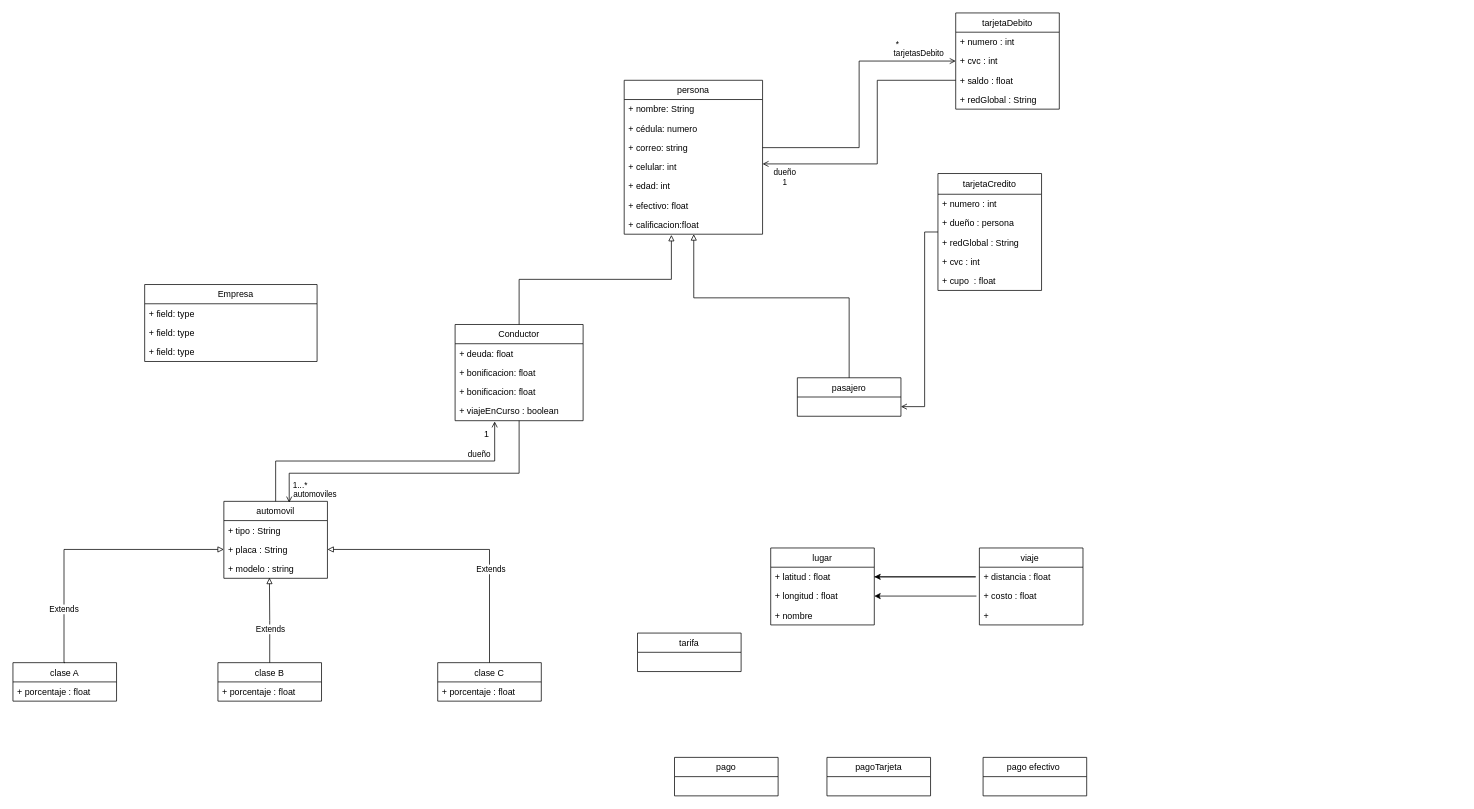
Earlier version of the draw.io diagram Untitled Diagram.drawio (DPOO2022-1-SEC04-G08/Taller2). Source tidied: cells renumbered, new cells numbered last; positions are measured from the earlier drawing's top-left corner, leaving out a move shared by most shapes. Both pictures are drawn from the tidied source at 74%, with x=0, y=0 at pixel (13, 13).
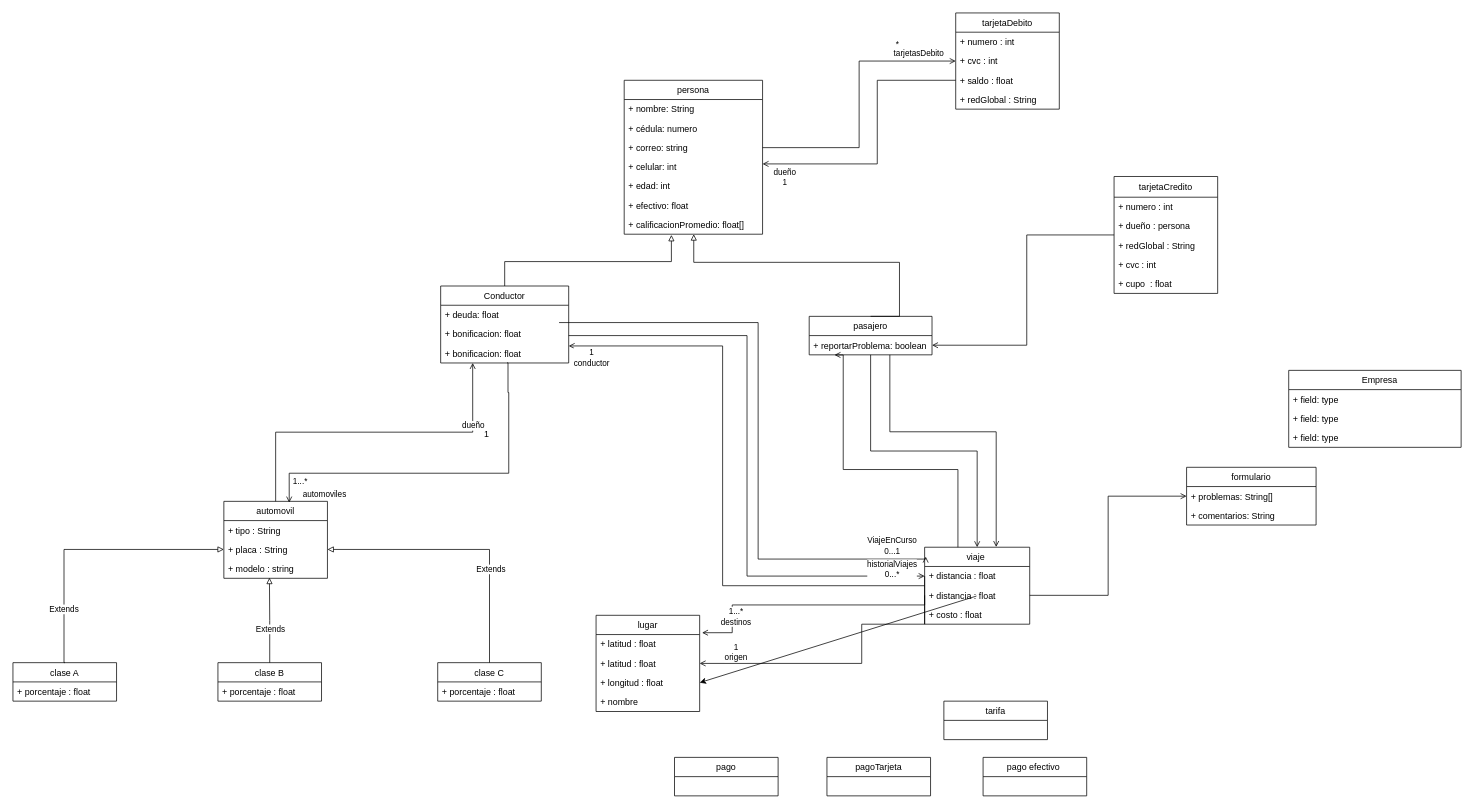
After the change.

Commit message:
agregacion viajes

Unchanged cells that the change refers to:
```xml
<mxCell id="6" value="persona" style="swimlane;fontStyle=0;horizontal=1;startSize=26;fillColor=none;" parent="1" vertex="1">
  <mxGeometry x="826" y="91" width="187" height="208" as="geometry" />
</mxCell>
<mxCell id="30" value="+ bonificacion: float" style="text;strokeColor=none;fillColor=none;align=left;verticalAlign=top;spacingLeft=4;spacingRight=4;overflow=hidden;points=[[0,0.5],[1,0.5]];portConstraint=eastwest;" parent="27" vertex="1">
  <mxGeometry y="78" width="173" height="26" as="geometry" />
</mxCell>
<mxCell id="33" value="+ latitud : float" style="text;strokeColor=none;fillColor=none;align=left;verticalAlign=top;spacingLeft=4;spacingRight=4;overflow=hidden;points=[[0,0.5],[1,0.5]];portConstraint=eastwest;" parent="32" vertex="1">
  <mxGeometry y="26" width="140" height="26" as="geometry" />
</mxCell>
<mxCell id="39" value="automovil" style="swimlane;fontStyle=0;horizontal=1;startSize=26;fillColor=none;" parent="1" vertex="1">
  <mxGeometry x="285" y="660" width="140" height="104" as="geometry" />
</mxCell>
```

The edit, as a diff of the source:
```diff
@@
+    <mxCell id="76" style="edgeStyle=orthogonalEdgeStyle;rounded=0;jettySize=auto;html=1;endArrow=open;endFill=0;" parent="1" edge="1" source="2">
+      <mxGeometry relative="1" as="geometry">
+        <mxPoint x="751" y="450" as="targetPoint" />
+        <Array as="points">
+          <mxPoint x="959" y="774" />
+          <mxPoint x="959" y="450" />
+          <mxPoint x="751" y="450" />
+        </Array>
+      </mxGeometry>
+    </mxCell>
+    <mxCell id="77" value="1&lt;br&gt;conductor&lt;br&gt;" style="edgeLabel;html=1;align=center;verticalAlign=middle;" parent="76" vertex="1">
+      <mxGeometry x="0.96" y="-1" relative="1" as="geometry">
+        <mxPoint x="14" y="16" as="offset" />
+      </mxGeometry>
+    </mxCell>
+    <mxCell id="78" style="edgeStyle=orthogonalEdgeStyle;rounded=0;jettySize=auto;html=1;entryX=0.206;entryY=1.007;entryDx=0;entryDy=0;entryPerimeter=0;endArrow=open;endFill=0;" parent="1" edge="1" source="2" target="82">
+      <mxGeometry relative="1" as="geometry">
+        <Array as="points">
+          <mxPoint x="1277" y="617" />
+          <mxPoint x="1122" y="617" />
+          <mxPoint x="1122" y="462" />
+        </Array>
+      </mxGeometry>
+    </mxCell>
     <mxCell id="2" value="viaje " style="swimlane;fontStyle=0;horizontal=1;startSize=26;fillColor=none;" parent="1" vertex="1">
-      <mxGeometry x="1306" y="723" width="140" height="104" as="geometry" />
+      <mxGeometry x="1232" y="722" width="142" height="104" as="geometry" />
     </mxCell>
+    <mxCell id="79" value="+ distancia : float" style="text;strokeColor=none;fillColor=none;align=left;verticalAlign=top;spacingLeft=4;spacingRight=4;overflow=hidden;points=[[0,0.5],[1,0.5]];portConstraint=eastwest;" parent="2" vertex="1">
+      <mxGeometry y="26" width="142" height="26" as="geometry" />
+    </mxCell>
     <mxCell id="3" value="+ distancia : float" style="text;strokeColor=none;fillColor=none;align=left;verticalAlign=top;spacingLeft=4;spacingRight=4;overflow=hidden;points=[[0,0.5],[1,0.5]];portConstraint=eastwest;" parent="2" vertex="1">
-      <mxGeometry y="26" width="140" height="26" as="geometry" />
+      <mxGeometry y="52" width="142" height="26" as="geometry" />
     </mxCell>
     <mxCell id="4" value="+ costo : float&#10;" style="text;strokeColor=none;fillColor=none;align=left;verticalAlign=top;spacingLeft=4;spacingRight=4;overflow=hidden;" parent="2" vertex="1">
-      <mxGeometry y="52" width="140" height="26" as="geometry" />
+      <mxGeometry y="78" width="142" height="26" as="geometry" />
     </mxCell>
-    <mxCell id="5" value="+  " style="text;strokeColor=none;fillColor=none;align=left;verticalAlign=top;spacingLeft=4;spacingRight=4;overflow=hidden;" parent="2" vertex="1">
-      <mxGeometry y="78" width="140" height="26" as="geometry" />
-    </mxCell>
@@
-    <mxCell id="13" value="+ calificacion:float&#10;" style="text;strokeColor=none;fillColor=none;align=left;verticalAlign=top;spacingLeft=4;spacingRight=4;overflow=hidden;points=[[0,0.5],[1,0.5]];portConstraint=eastwest;" parent="6" vertex="1">
+    <mxCell id="13" value="+ calificacionPromedio: float[]" style="text;strokeColor=none;fillColor=none;align=left;verticalAlign=top;spacingLeft=4;spacingRight=4;overflow=hidden;points=[[0,0.5],[1,0.5]];portConstraint=eastwest;" parent="6" vertex="1">
       <mxGeometry y="182" width="187" height="26" as="geometry" />
     </mxCell>
     <mxCell id="14" style="edgeStyle=orthogonalEdgeStyle;rounded=0;jettySize=auto;html=1;exitX=0.5;exitY=0;exitDx=0;exitDy=0;endArrow=block;endFill=0;strokeWidth=1;" parent="1" edge="1" source="15" target="13">
       <mxGeometry relative="1" as="geometry">
         <Array as="points">
-          <mxPoint x="1130" y="385" />
-          <mxPoint x="920" y="385" />
+          <mxPoint x="1198" y="337" />
+          <mxPoint x="920" y="337" />
         </Array>
       </mxGeometry>
     </mxCell>
+    <mxCell id="80" style="edgeStyle=orthogonalEdgeStyle;rounded=0;jettySize=auto;html=1;exitX=0.5;exitY=1;exitDx=0;exitDy=0;endArrow=open;endFill=0;" parent="1" edge="1" source="15" target="2">
+      <mxGeometry relative="1" as="geometry" />
+    </mxCell>
+    <mxCell id="81" style="edgeStyle=orthogonalEdgeStyle;rounded=0;jettySize=auto;html=1;entryX=0.681;entryY=-0.003;entryDx=0;entryDy=0;entryPerimeter=0;endArrow=open;endFill=0;" parent="1" edge="1" source="15" target="2">
+      <mxGeometry relative="1" as="geometry">
+        <Array as="points">
+          <mxPoint x="1185" y="566" />
+          <mxPoint x="1329" y="566" />
+        </Array>
+      </mxGeometry>
+    </mxCell>
     <mxCell id="15" value="pasajero" style="swimlane;fontStyle=0;horizontal=1;startSize=26;fillColor=none;" parent="1" vertex="1">
-      <mxGeometry x="1060" y="493" width="140" height="52" as="geometry" />
+      <mxGeometry x="1076" y="410" width="166" height="52" as="geometry" />
     </mxCell>
+    <mxCell id="82" value="+ reportarProblema: boolean&#10;" style="text;strokeColor=none;fillColor=none;align=left;verticalAlign=top;spacingLeft=4;spacingRight=4;overflow=hidden;points=[[0,0.5],[1,0.5]];portConstraint=eastwest;" parent="15" vertex="1">
+      <mxGeometry y="26" width="166" height="26" as="geometry" />
+    </mxCell>
-    <mxCell id="16" style="edgeStyle=orthogonalEdgeStyle;rounded=0;jettySize=auto;html=1;entryX=1;entryY=0.5;entryDx=0;entryDy=0;endArrow=open;endFill=0;" parent="1" edge="1" source="17">
+    <mxCell id="16" style="edgeStyle=orthogonalEdgeStyle;rounded=0;jettySize=auto;html=1;endArrow=open;endFill=0;entryX=1;entryY=0.5;entryDx=0;entryDy=0;" parent="1" edge="1" source="17" target="82">
       <mxGeometry relative="1" as="geometry">
-        <mxPoint x="1200" y="532" as="targetPoint" />
         <Array as="points">
-          <mxPoint x="1232" y="296" />
-          <mxPoint x="1232" y="532" />
+          <mxPoint x="1370" y="300" />
+          <mxPoint x="1370" y="449" />
         </Array>
       </mxGeometry>
     </mxCell>
     <mxCell id="17" value="tarjetaCredito" style="swimlane;fontStyle=0;horizontal=1;startSize=28;fillColor=none;" parent="1" vertex="1">
-      <mxGeometry x="1250" y="217" width="140" height="158" as="geometry" />
+      <mxGeometry x="1488" y="221" width="140" height="158" as="geometry" />
     </mxCell>
@@
     <mxCell id="23" style="edgeStyle=orthogonalEdgeStyle;rounded=0;jettySize=auto;html=1;exitX=0.5;exitY=0;exitDx=0;exitDy=0;entryX=0.341;entryY=1.038;entryDx=0;entryDy=0;entryPerimeter=0;endArrow=block;endFill=0;strokeWidth=1;" parent="1" edge="1" source="27" target="13">
-      <mxGeometry relative="1" as="geometry" />
+      <mxGeometry relative="1" as="geometry">
+        <Array as="points">
+          <mxPoint x="665" y="336" />
+          <mxPoint x="890" y="336" />
+        </Array>
+      </mxGeometry>
     </mxCell>
-    <mxCell id="24" style="edgeStyle=orthogonalEdgeStyle;rounded=0;jettySize=auto;html=1;entryX=0.631;entryY=0.016;entryDx=0;entryDy=0;endArrow=open;endFill=0;entryPerimeter=0;" parent="1" edge="1" source="27" target="39">
+    <mxCell id="24" style="edgeStyle=orthogonalEdgeStyle;rounded=0;jettySize=auto;html=1;entryX=0.631;entryY=0.016;entryDx=0;entryDy=0;endArrow=open;endFill=0;entryPerimeter=0;exitX=0.52;exitY=0.99;exitDx=0;exitDy=0;exitPerimeter=0;" parent="1" edge="1" source="30" target="39">
       <mxGeometry relative="1" as="geometry">
         <Array as="points">
-          <mxPoint x="684" y="622" />
+          <mxPoint x="669" y="473" />
+          <mxPoint x="669" y="513" />
+          <mxPoint x="670" y="513" />
+          <mxPoint x="670" y="622" />
           <mxPoint x="373" y="622" />
         </Array>
       </mxGeometry>
     </mxCell>
@@
+    <mxCell id="83" style="edgeStyle=orthogonalEdgeStyle;rounded=0;jettySize=auto;html=1;entryX=0.01;entryY=0.122;entryDx=0;entryDy=0;endArrow=open;endFill=0;entryPerimeter=0;" parent="1" edge="1" target="2">
+      <mxGeometry relative="1" as="geometry">
+        <mxPoint x="738" y="418.4" as="sourcePoint" />
+        <Array as="points">
+          <mxPoint x="1007" y="418" />
+          <mxPoint x="1007" y="738" />
+          <mxPoint x="1233" y="738" />
+        </Array>
+      </mxGeometry>
+    </mxCell>
+    <mxCell id="84" value="ViajeEnCurso&lt;br&gt;0...1" style="edgeLabel;html=1;align=center;verticalAlign=middle;" parent="83" vertex="1">
+      <mxGeometry x="0.8" y="3" relative="1" as="geometry">
+        <mxPoint x="33" y="-16" as="offset" />
+      </mxGeometry>
+    </mxCell>
     <mxCell id="27" value="Conductor" style="swimlane;fontStyle=0;horizontal=1;startSize=26;fillColor=none;" parent="1" vertex="1">
-      <mxGeometry x="597.5" y="421" width="173" height="130" as="geometry" />
+      <mxGeometry x="578" y="369" width="173" height="104" as="geometry" />
     </mxCell>
@@
-    <mxCell id="31" value="+ viajeEnCurso : boolean" style="text;strokeColor=none;fillColor=none;align=left;verticalAlign=top;spacingLeft=4;spacingRight=4;overflow=hidden;points=[[0,0.5],[1,0.5]];portConstraint=eastwest;" parent="27" vertex="1">
-      <mxGeometry y="104" width="173" height="26" as="geometry" />
-    </mxCell>
     <mxCell id="32" value="lugar" style="swimlane;fontStyle=0;horizontal=1;startSize=26;fillColor=none;" parent="1" vertex="1">
-      <mxGeometry x="1024" y="723" width="140" height="104" as="geometry" />
+      <mxGeometry x="788" y="814" width="140" height="130" as="geometry" />
     </mxCell>
@@
+    <mxCell id="85" value="+ latitud : float" style="text;strokeColor=none;fillColor=none;align=left;verticalAlign=top;spacingLeft=4;spacingRight=4;overflow=hidden;points=[[0,0.5],[1,0.5]];portConstraint=eastwest;" parent="32" vertex="1">
+      <mxGeometry y="52" width="140" height="26" as="geometry" />
+    </mxCell>
     <mxCell id="34" value="+ longitud : float" style="text;strokeColor=none;fillColor=none;align=left;verticalAlign=top;spacingLeft=4;spacingRight=4;overflow=hidden;points=[[0,0.5],[1,0.5]];portConstraint=eastwest;" parent="32" vertex="1">
-      <mxGeometry y="52" width="140" height="26" as="geometry" />
+      <mxGeometry y="78" width="140" height="26" as="geometry" />
     </mxCell>
     <mxCell id="35" value="+ nombre" style="text;strokeColor=none;fillColor=none;align=left;verticalAlign=top;spacingLeft=4;spacingRight=4;overflow=hidden;" parent="32" vertex="1">
-      <mxGeometry y="78" width="140" height="26" as="geometry" />
+      <mxGeometry y="104" width="140" height="26" as="geometry" />
     </mxCell>
@@
-    <mxCell id="37" style="edgeStyle=orthogonalEdgeStyle;rounded=0;jettySize=auto;html=1;exitX=0.5;exitY=0;exitDx=0;exitDy=0;entryX=0.309;entryY=1.038;entryDx=0;entryDy=0;endArrow=open;endFill=0;strokeWidth=1;entryPerimeter=0;" parent="1" edge="1" source="39" target="31">
+    <mxCell id="37" style="edgeStyle=orthogonalEdgeStyle;rounded=0;jettySize=auto;html=1;exitX=0.5;exitY=0;exitDx=0;exitDy=0;entryX=0.25;entryY=1;entryDx=0;entryDy=0;endArrow=open;endFill=0;strokeWidth=1;" parent="1" edge="1" source="39" target="27">
       <mxGeometry relative="1" as="geometry" />
     </mxCell>
@@
     <mxCell id="60" value="tarifa" style="swimlane;fontStyle=0;horizontal=1;startSize=26;fillColor=none;" parent="1" vertex="1">
-      <mxGeometry x="844" y="838" width="140" height="52" as="geometry" />
+      <mxGeometry x="1258" y="930" width="140" height="52" as="geometry" />
     </mxCell>
@@
     <mxCell id="62" value="    Empresa" style="swimlane;fontStyle=0;horizontal=1;startSize=26;fillColor=none;" parent="1" vertex="1">
-      <mxGeometry x="178" y="367" width="233" height="104" as="geometry" />
+      <mxGeometry x="1724" y="483" width="233" height="104" as="geometry" />
     </mxCell>
@@
-    <mxCell id="67" style="endArrow=classic;html=1;rounded=0;exitX=1;exitY=0.5;exitDx=0;exitDy=0;" parent="1" edge="1" source="33">
-      <mxGeometry relative="1" as="geometry">
-        <mxPoint x="1164" y="762" as="targetPoint" />
-        <Array as="points">
-          <mxPoint x="1301" y="762" />
-        </Array>
-      </mxGeometry>
-    </mxCell>
@@
+    <mxCell id="86" style="edgeStyle=orthogonalEdgeStyle;rounded=0;jettySize=auto;html=1;endArrow=open;endFill=0;entryX=1.023;entryY=-0.095;entryDx=0;entryDy=0;entryPerimeter=0;exitX=0;exitY=0.5;exitDx=0;exitDy=0;" parent="1" edge="1" source="79" target="33">
+      <mxGeometry relative="1" as="geometry">
+        <Array as="points">
+          <mxPoint x="972" y="800" />
+          <mxPoint x="972" y="838" />
+        </Array>
+      </mxGeometry>
+    </mxCell>
+    <mxCell id="87" value="1...*&lt;br&gt;destinos" style="edgeLabel;html=1;align=center;verticalAlign=middle;" parent="86" vertex="1">
+      <mxGeometry x="0.57" y="-1" relative="1" as="geometry">
+        <mxPoint x="1" y="16" as="offset" />
+      </mxGeometry>
+    </mxCell>
@@
+    <mxCell id="88" style="edgeStyle=orthogonalEdgeStyle;rounded=0;jettySize=auto;html=1;exitX=0;exitY=0.5;exitDx=0;exitDy=0;endArrow=open;endFill=0;entryX=1;entryY=0.5;entryDx=0;entryDy=0;" parent="1" edge="1" source="3" target="85">
+      <mxGeometry relative="1" as="geometry">
+        <Array as="points">
+          <mxPoint x="1147" y="826" />
+          <mxPoint x="1147" y="879" />
+        </Array>
+      </mxGeometry>
+    </mxCell>
+    <mxCell id="89" value="&lt;br&gt;" style="edgeLabel;html=1;align=center;verticalAlign=middle;" parent="88" vertex="1">
+      <mxGeometry x="0.71" y="-1" relative="1" as="geometry">
+        <mxPoint x="2" y="-10" as="offset" />
+      </mxGeometry>
+    </mxCell>
+    <mxCell id="90" value="1&lt;br&gt;origen&lt;br&gt;" style="edgeLabel;html=1;align=center;verticalAlign=middle;" parent="88" vertex="1">
+      <mxGeometry x="0.8" relative="1" as="geometry">
+        <mxPoint x="8" y="-16" as="offset" />
+      </mxGeometry>
+    </mxCell>
@@
+    <mxCell id="91" value="formulario" style="swimlane;fontStyle=0;horizontal=1;startSize=26;fillColor=none;" parent="1" vertex="1">
+      <mxGeometry x="1586" y="614" width="175" height="78" as="geometry" />
+    </mxCell>
+    <mxCell id="92" value="+ problemas: String[]" style="text;strokeColor=none;fillColor=none;align=left;verticalAlign=top;spacingLeft=4;spacingRight=4;overflow=hidden;points=[[0,0.5],[1,0.5]];portConstraint=eastwest;" parent="91" vertex="1">
+      <mxGeometry y="26" width="175" height="26" as="geometry" />
+    </mxCell>
+    <mxCell id="93" value="+ comentarios: String " style="text;strokeColor=none;fillColor=none;align=left;verticalAlign=top;spacingLeft=4;spacingRight=4;overflow=hidden;" parent="91" vertex="1">
+      <mxGeometry y="52" width="175" height="26" as="geometry" />
+    </mxCell>
@@
+    <mxCell id="94" style="edgeStyle=orthogonalEdgeStyle;rounded=0;jettySize=auto;html=1;exitX=1;exitY=0.5;exitDx=0;exitDy=0;endArrow=open;endFill=0;" parent="1" edge="1" source="3" target="92">
+      <mxGeometry relative="1" as="geometry" />
+    </mxCell>
+    <mxCell id="95" style="edgeStyle=orthogonalEdgeStyle;rounded=0;jettySize=auto;html=1;entryX=0;entryY=0.5;entryDx=0;entryDy=0;endArrow=open;endFill=0;" parent="1" edge="1" target="79">
+      <mxGeometry relative="1" as="geometry">
+        <mxPoint x="751" y="436" as="sourcePoint" />
+        <Array as="points">
+          <mxPoint x="751" y="436" />
+          <mxPoint x="992" y="436" />
+          <mxPoint x="992" y="761" />
+        </Array>
+      </mxGeometry>
+    </mxCell>
+    <mxCell id="96" value="historialViajes&lt;br&gt;0...*" style="edgeLabel;html=1;align=center;verticalAlign=middle;" parent="95" vertex="1">
+      <mxGeometry x="0.8" y="-1" relative="1" as="geometry">
+        <mxPoint x="36" y="-11" as="offset" />
+      </mxGeometry>
+    </mxCell>
```
